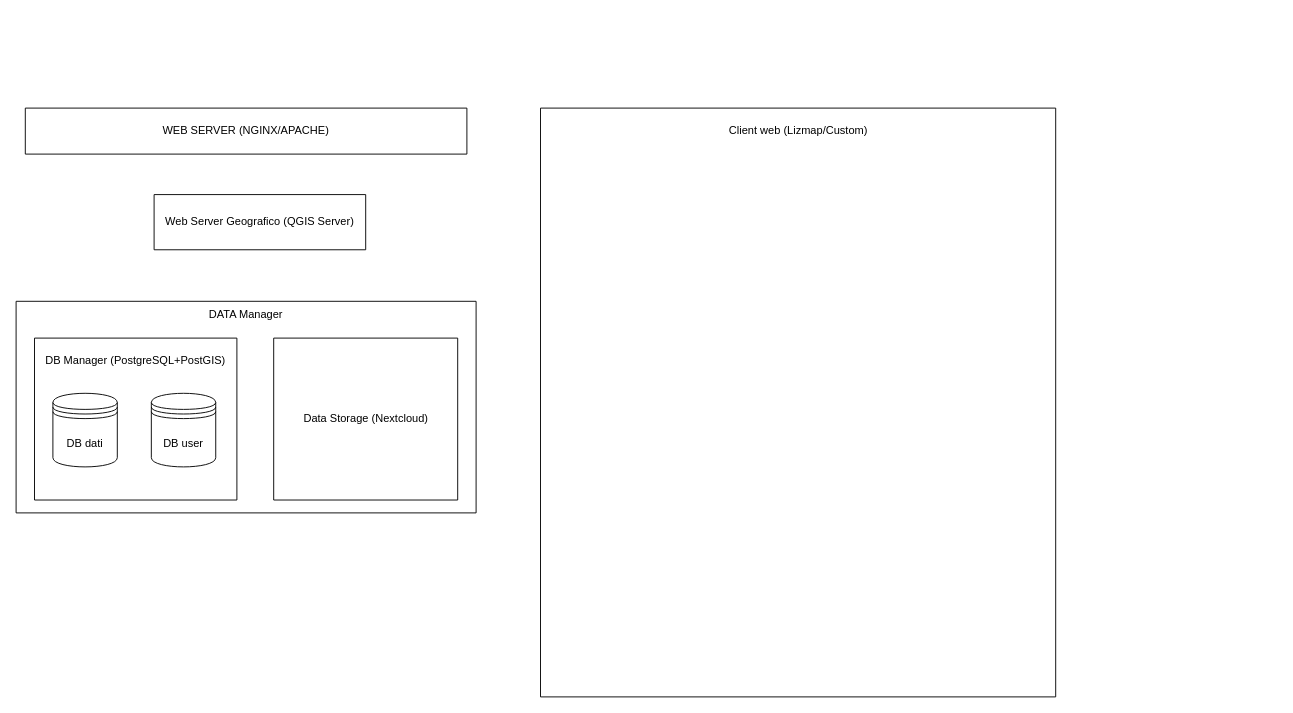
gtergeomatica/mappe_online keeps this draw.io diagram as Diagramma senza titolo.drawio. Above is the earlier version. Source tidied: cells renumbered, new cells numbered last; positions are measured from the earlier drawing's top-left corner, leaving out a move shared by most shapes. Both pictures are drawn from the tidied source at 92%, with x=0, y=0 at pixel (16, 108).
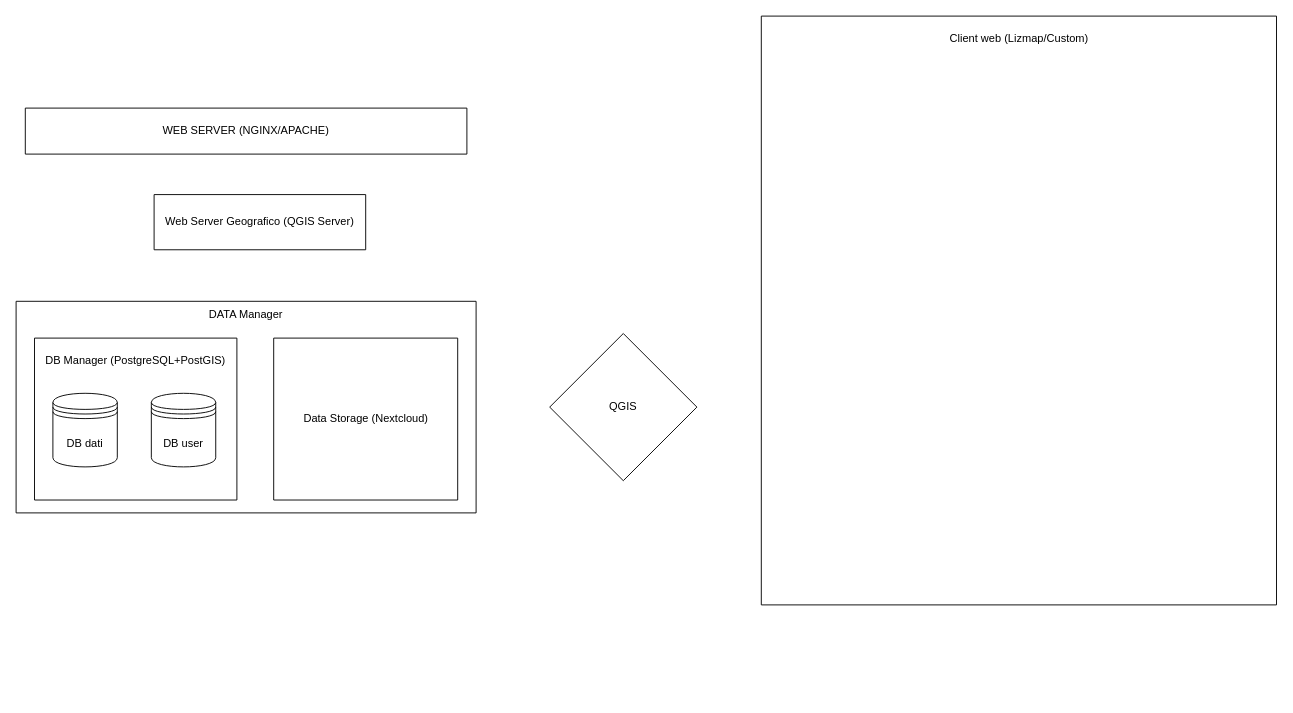
The same page after the edit.

What changed in the source:
```diff
@@
 <mxGraphModel>
   <root>
     <mxCell id="0" />
     <mxCell id="1" parent="0" />
     <mxCell id="2" style="swimlane;startSize=0;" parent="1" vertex="1">
       <mxGeometry x="10" width="480" height="50" as="geometry" />
     </mxCell>
     <mxCell id="3" value="WEB SERVER (NGINX/APACHE)" style="text;html=1;align=center;verticalAlign=middle;whiteSpace=wrap;rounded=0;" parent="2" vertex="1">
       <mxGeometry x="10" y="10" width="460" height="30" as="geometry" />
     </mxCell>
     <mxCell id="4" style="swimlane;startSize=0;" parent="1" vertex="1">
       <mxGeometry x="150" y="94" width="230" height="60" as="geometry" />
     </mxCell>
     <mxCell id="5" value="Web Server Geografico (QGIS Server)" style="text;html=1;align=center;verticalAlign=middle;whiteSpace=wrap;rounded=0;" parent="4" vertex="1">
       <mxGeometry x="5" y="15" width="220" height="30" as="geometry" />
     </mxCell>
     <mxCell id="6" style="swimlane;startSize=0;" parent="1" vertex="1">
       <mxGeometry y="210" width="500" height="230" as="geometry" />
     </mxCell>
     <mxCell id="7" style="swimlane;startSize=0;" parent="6" vertex="1">
       <mxGeometry x="280" y="40" width="200" height="176" as="geometry" />
     </mxCell>
     <mxCell id="8" value="Data Storage (Nextcloud)" style="text;html=1;align=center;verticalAlign=middle;strokeColor=none;fillColor=none;" parent="7" vertex="1">
       <mxGeometry x="20" y="73" width="160" height="30" as="geometry" />
     </mxCell>
     <mxCell id="9" style="swimlane;startSize=0;" parent="6" vertex="1">
       <mxGeometry x="20" y="40" width="220" height="176" as="geometry" />
     </mxCell>
     <mxCell id="10" style="shape=datastore;whiteSpace=wrap;html=1;" parent="9" vertex="1">
       <mxGeometry x="20" y="60" width="70" height="80" as="geometry" />
     </mxCell>
     <mxCell id="11" value="DB dati" style="text;html=1;align=center;verticalAlign=middle;whiteSpace=wrap;rounded=0;" parent="9" vertex="1">
       <mxGeometry x="25" y="100" width="60" height="30" as="geometry" />
     </mxCell>
     <mxCell id="12" style="shape=datastore;whiteSpace=wrap;html=1;" parent="9" vertex="1">
       <mxGeometry x="127" y="60" width="70" height="80" as="geometry" />
     </mxCell>
     <mxCell id="13" value="DB user" style="text;html=1;align=center;verticalAlign=middle;whiteSpace=wrap;rounded=0;" parent="9" vertex="1">
       <mxGeometry x="132" y="100" width="60" height="30" as="geometry" />
     </mxCell>
     <mxCell id="14" value="DB Manager (PostgreSQL+PostGIS)" style="text;html=1;align=center;verticalAlign=middle;whiteSpace=wrap;rounded=0;" parent="9" vertex="1">
       <mxGeometry x="10" y="10" width="200" height="30" as="geometry" />
     </mxCell>
     <mxCell id="15" value="DATA Manager" style="text;html=1;align=center;verticalAlign=middle;whiteSpace=wrap;rounded=0;" parent="6" vertex="1">
       <mxGeometry x="185" width="130" height="30" as="geometry" />
     </mxCell>
     <mxCell id="16" style="swimlane;startSize=0;" parent="1" vertex="1">
-      <mxGeometry x="570" width="560" height="640" as="geometry" />
+      <mxGeometry x="810" y="-100" width="560" height="640" as="geometry" />
     </mxCell>
     <mxCell id="17" value="Client web (Lizmap/Custom)" style="text;html=1;align=center;verticalAlign=middle;strokeColor=none;fillColor=none;" parent="16" vertex="1">
       <mxGeometry x="195" y="10" width="170" height="30" as="geometry" />
     </mxCell>
+    <mxCell id="18" value="QGIS" style="rhombus;whiteSpace=wrap;html=1;" parent="1" vertex="1">
+      <mxGeometry x="580" y="245" width="160" height="160" as="geometry" />
+    </mxCell>
   </root>
 </mxGraphModel>
```
